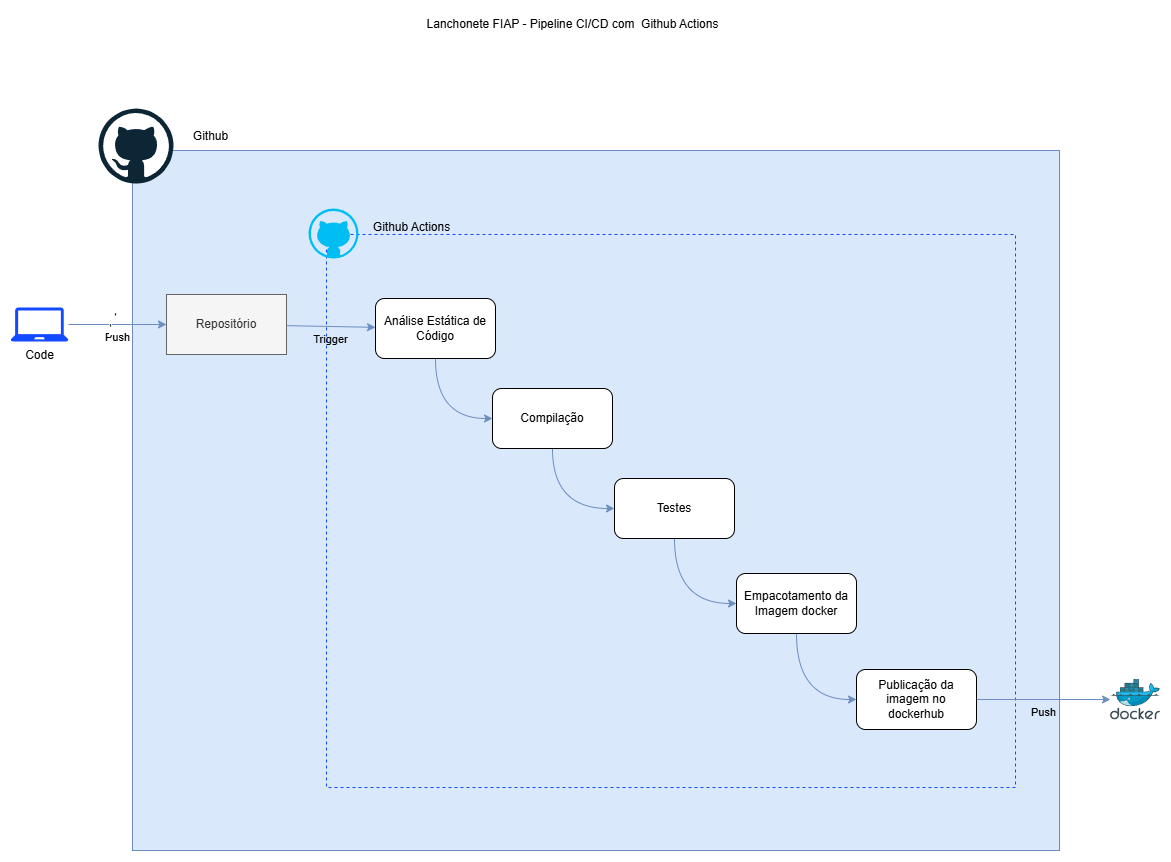
Before: fase2/docs/DEVOPS.png, a diagram exported from draw.io (fiap-soat11/.github). Source tidied: cells renumbered, new cells last; positions are measured from the earlier drawing's top-left corner, leaving out a move shared by most shapes. Source of this version:
```xml
<mxGraphModel background="#ffffff">
  <root>
    <mxCell id="0" />
    <mxCell id="1" parent="0" />
    <mxCell id="2" value="Lanchonete FIAP - Pipeline CI/CD com&amp;nbsp; Github Actions" style="text;html=1;align=center;verticalAlign=middle;whiteSpace=wrap;rounded=0;" parent="1" vertex="1">
      <mxGeometry x="316" width="493" height="30" as="geometry" />
    </mxCell>
    <mxCell id="3" style="rounded=0;whiteSpace=wrap;html=1;fillColor=#dae8fc;strokeColor=#6c8ebf;" parent="1" vertex="1">
      <mxGeometry x="122" y="141" width="927" height="700" as="geometry" />
    </mxCell>
    <mxCell id="4" style="dashed=0;html=1;align=center;labelPosition=center;verticalLabelPosition=bottom;verticalAlign=top;shape=mxgraph.weblogos.github;fillColor=#dae8fc;strokeColor=#134AFF;" parent="1" vertex="1">
      <mxGeometry x="88" y="99" width="75" height="75" as="geometry" />
    </mxCell>
    <mxCell id="5" value="Push" style="edgeStyle=none;html=1;verticalAlign=top;fillColor=#dae8fc;strokeColor=#6c8ebf;" parent="1" edge="1" source="8" target="21">
      <mxGeometry relative="1" as="geometry" />
    </mxCell>
    <mxCell id="6" value="'" style="edgeLabel;html=1;align=center;verticalAlign=middle;" parent="5" vertex="1">
      <mxGeometry x="-0.19" y="-3" relative="1" as="geometry">
        <mxPoint x="1" as="offset" />
      </mxGeometry>
    </mxCell>
    <mxCell id="7" value="'" style="edgeLabel;html=1;align=center;verticalAlign=middle;" parent="5" vertex="1">
      <mxGeometry x="-0.05" y="8" relative="1" as="geometry">
        <mxPoint x="1" as="offset" />
      </mxGeometry>
    </mxCell>
    <mxCell id="8" value="Code" style="sketch=0;shadow=0;dashed=0;html=1;strokeColor=none;fillColor=#134AFF;labelPosition=center;verticalLabelPosition=bottom;verticalAlign=top;outlineConnect=0;align=center;shape=mxgraph.office.devices.laptop;" parent="1" vertex="1">
      <mxGeometry y="298" width="58" height="34" as="geometry" />
    </mxCell>
    <mxCell id="9" style="rounded=0;whiteSpace=wrap;html=1;fillColor=#dae8fc;strokeColor=#134AFF;dashed=1;" parent="1" vertex="1">
      <mxGeometry x="316" y="225" width="689" height="553" as="geometry" />
    </mxCell>
    <mxCell id="10" style="edgeStyle=orthogonalEdgeStyle;html=1;entryX=0;entryY=0.5;entryDx=0;entryDy=0;curved=1;exitX=0.5;exitY=1;exitDx=0;exitDy=0;fillColor=#dae8fc;strokeColor=#6c8ebf;" parent="1" edge="1" source="11" target="15">
      <mxGeometry relative="1" as="geometry" />
    </mxCell>
    <mxCell id="11" value="Compilação" style="rounded=1;whiteSpace=wrap;html=1;" parent="1" vertex="1">
      <mxGeometry x="482" y="379" width="120" height="60" as="geometry" />
    </mxCell>
    <mxCell id="12" style="edgeStyle=orthogonalEdgeStyle;html=1;entryX=0;entryY=0.5;entryDx=0;entryDy=0;curved=1;fillColor=#dae8fc;strokeColor=#6c8ebf;" parent="1" edge="1" source="13" target="11">
      <mxGeometry relative="1" as="geometry" />
    </mxCell>
    <mxCell id="13" value="Análise Estática de Código" style="rounded=1;whiteSpace=wrap;html=1;" parent="1" vertex="1">
      <mxGeometry x="365" y="289" width="120" height="60" as="geometry" />
    </mxCell>
    <mxCell id="14" style="edgeStyle=orthogonalEdgeStyle;html=1;entryX=0;entryY=0.5;entryDx=0;entryDy=0;exitX=0.5;exitY=1;exitDx=0;exitDy=0;curved=1;fillColor=#dae8fc;strokeColor=#6c8ebf;" parent="1" edge="1" source="15" target="17">
      <mxGeometry relative="1" as="geometry" />
    </mxCell>
    <mxCell id="15" value="Testes" style="rounded=1;whiteSpace=wrap;html=1;" parent="1" vertex="1">
      <mxGeometry x="604" y="469" width="120" height="60" as="geometry" />
    </mxCell>
    <mxCell id="16" style="edgeStyle=orthogonalEdgeStyle;html=1;entryX=0;entryY=0.5;entryDx=0;entryDy=0;curved=1;fillColor=#dae8fc;strokeColor=#6c8ebf;" parent="1" edge="1" source="17" target="19">
      <mxGeometry relative="1" as="geometry" />
    </mxCell>
    <mxCell id="17" value="Empacotamento da Imagem docker" style="rounded=1;whiteSpace=wrap;html=1;" parent="1" vertex="1">
      <mxGeometry x="726" y="564" width="120" height="60" as="geometry" />
    </mxCell>
    <mxCell id="18" value="Push" style="edgeStyle=none;html=1;fillColor=#dae8fc;strokeColor=#6c8ebf;verticalAlign=top;labelBackgroundColor=none;" parent="1" edge="1" source="19" target="22">
      <mxGeometry relative="1" as="geometry" />
    </mxCell>
    <mxCell id="19" value="Publicação da imagem no dockerhub" style="rounded=1;whiteSpace=wrap;html=1;" parent="1" vertex="1">
      <mxGeometry x="846" y="660" width="120" height="60" as="geometry" />
    </mxCell>
    <mxCell id="20" value="Trigger" style="edgeStyle=none;html=1;fillColor=#dae8fc;strokeColor=#6c8ebf;labelBackgroundColor=none;verticalAlign=top;" parent="1" edge="1" source="21" target="13">
      <mxGeometry relative="1" as="geometry" />
    </mxCell>
    <mxCell id="21" value="Repositório" style="rounded=0;whiteSpace=wrap;html=1;fillColor=#f5f5f5;fontColor=#333333;strokeColor=#666666;" parent="1" vertex="1">
      <mxGeometry x="156" y="285" width="120" height="60" as="geometry" />
    </mxCell>
    <mxCell id="22" style="image;sketch=0;html=1;points=[];align=center;fontSize=12;image=img/lib/mscae/Docker.svg;" parent="1" vertex="1">
      <mxGeometry x="1100" y="669.5" width="50" height="41" as="geometry" />
    </mxCell>
    <mxCell id="23" style="verticalLabelPosition=bottom;html=1;verticalAlign=top;align=center;strokeColor=none;fillColor=#00BEF2;shape=mxgraph.azure.github_code;" parent="1" vertex="1">
      <mxGeometry x="298" y="199" width="50" height="50" as="geometry" />
    </mxCell>
    <mxCell id="24" value="Github Actions" style="text;html=1;align=center;verticalAlign=middle;whiteSpace=wrap;rounded=0;" parent="1" vertex="1">
      <mxGeometry x="348" y="203" width="107" height="30" as="geometry" />
    </mxCell>
    <mxCell id="25" value="Github" style="text;html=1;align=center;verticalAlign=middle;whiteSpace=wrap;rounded=0;" parent="1" vertex="1">
      <mxGeometry x="147" y="112" width="107" height="30" as="geometry" />
    </mxCell>
  </root>
</mxGraphModel>
```
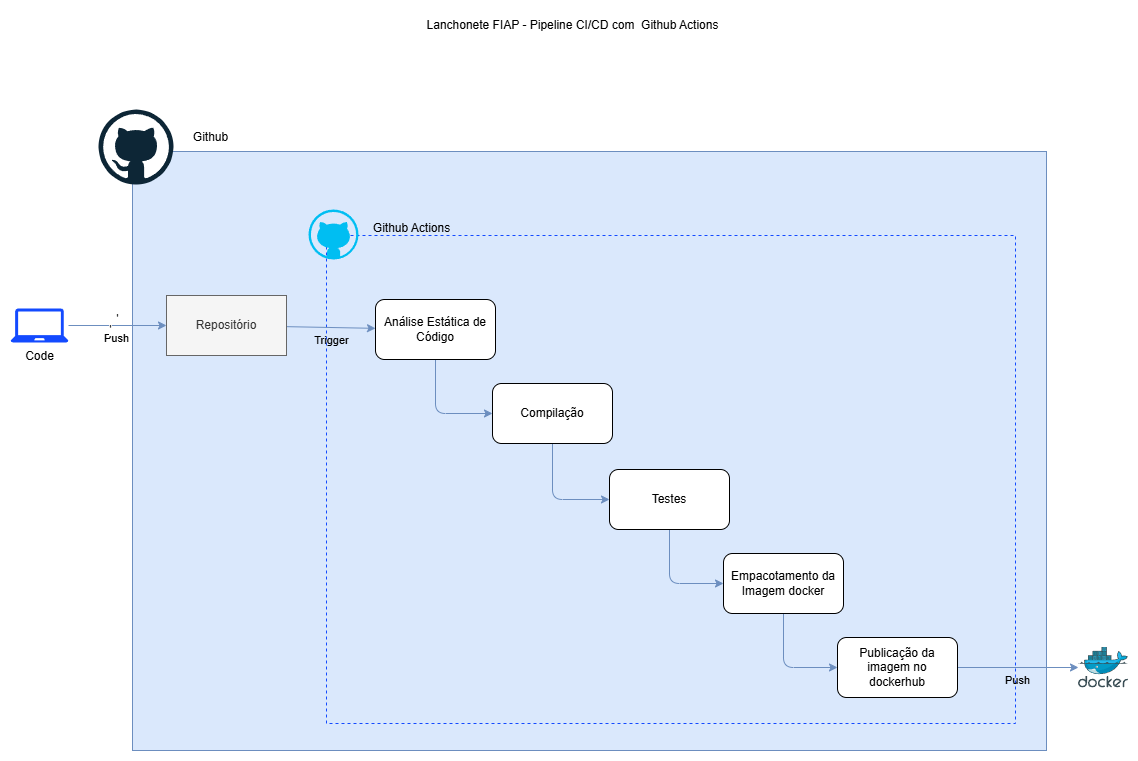
After the change.

Commit message:
Ajustes diagrama Devops e Kubernetes

The edit, as a diff of the source:
```diff
@@ -6,7 +6,7 @@
       <mxGeometry x="316" width="493" height="30" as="geometry" />
     </mxCell>
     <mxCell id="3" style="rounded=0;whiteSpace=wrap;html=1;fillColor=#dae8fc;strokeColor=#6c8ebf;" parent="1" vertex="1">
-      <mxGeometry x="122" y="141" width="927" height="700" as="geometry" />
+      <mxGeometry x="122" y="141" width="914" height="599" as="geometry" />
     </mxCell>
     <mxCell id="4" style="dashed=0;html=1;align=center;labelPosition=center;verticalLabelPosition=bottom;verticalAlign=top;shape=mxgraph.weblogos.github;fillColor=#dae8fc;strokeColor=#134AFF;" parent="1" vertex="1">
       <mxGeometry x="88" y="99" width="75" height="75" as="geometry" />
@@ -28,37 +28,37 @@
       <mxGeometry y="298" width="58" height="34" as="geometry" />
     </mxCell>
     <mxCell id="9" style="rounded=0;whiteSpace=wrap;html=1;fillColor=#dae8fc;strokeColor=#134AFF;dashed=1;" parent="1" vertex="1">
-      <mxGeometry x="316" y="225" width="689" height="553" as="geometry" />
+      <mxGeometry x="316" y="225" width="689" height="488" as="geometry" />
     </mxCell>
-    <mxCell id="10" style="edgeStyle=orthogonalEdgeStyle;html=1;entryX=0;entryY=0.5;entryDx=0;entryDy=0;curved=1;exitX=0.5;exitY=1;exitDx=0;exitDy=0;fillColor=#dae8fc;strokeColor=#6c8ebf;" parent="1" edge="1" source="11" target="15">
+    <mxCell id="10" style="edgeStyle=orthogonalEdgeStyle;html=1;entryX=0;entryY=0.5;entryDx=0;entryDy=0;exitX=0.5;exitY=1;exitDx=0;exitDy=0;fillColor=#dae8fc;strokeColor=#6c8ebf;" parent="1" edge="1" source="11" target="15">
       <mxGeometry relative="1" as="geometry" />
     </mxCell>
     <mxCell id="11" value="Compilação" style="rounded=1;whiteSpace=wrap;html=1;" parent="1" vertex="1">
-      <mxGeometry x="482" y="379" width="120" height="60" as="geometry" />
+      <mxGeometry x="482" y="373" width="120" height="60" as="geometry" />
     </mxCell>
-    <mxCell id="12" style="edgeStyle=orthogonalEdgeStyle;html=1;entryX=0;entryY=0.5;entryDx=0;entryDy=0;curved=1;fillColor=#dae8fc;strokeColor=#6c8ebf;" parent="1" edge="1" source="13" target="11">
+    <mxCell id="12" style="edgeStyle=orthogonalEdgeStyle;html=1;entryX=0;entryY=0.5;entryDx=0;entryDy=0;fillColor=#dae8fc;strokeColor=#6c8ebf;" parent="1" edge="1" source="13" target="11">
       <mxGeometry relative="1" as="geometry" />
     </mxCell>
     <mxCell id="13" value="Análise Estática de Código" style="rounded=1;whiteSpace=wrap;html=1;" parent="1" vertex="1">
       <mxGeometry x="365" y="289" width="120" height="60" as="geometry" />
     </mxCell>
-    <mxCell id="14" style="edgeStyle=orthogonalEdgeStyle;html=1;entryX=0;entryY=0.5;entryDx=0;entryDy=0;exitX=0.5;exitY=1;exitDx=0;exitDy=0;curved=1;fillColor=#dae8fc;strokeColor=#6c8ebf;" parent="1" edge="1" source="15" target="17">
+    <mxCell id="14" style="edgeStyle=orthogonalEdgeStyle;html=1;entryX=0;entryY=0.5;entryDx=0;entryDy=0;exitX=0.5;exitY=1;exitDx=0;exitDy=0;fillColor=#dae8fc;strokeColor=#6c8ebf;" parent="1" edge="1" source="15" target="17">
       <mxGeometry relative="1" as="geometry" />
     </mxCell>
     <mxCell id="15" value="Testes" style="rounded=1;whiteSpace=wrap;html=1;" parent="1" vertex="1">
-      <mxGeometry x="604" y="469" width="120" height="60" as="geometry" />
+      <mxGeometry x="599" y="459" width="120" height="60" as="geometry" />
     </mxCell>
-    <mxCell id="16" style="edgeStyle=orthogonalEdgeStyle;html=1;entryX=0;entryY=0.5;entryDx=0;entryDy=0;curved=1;fillColor=#dae8fc;strokeColor=#6c8ebf;" parent="1" edge="1" source="17" target="19">
+    <mxCell id="16" style="edgeStyle=orthogonalEdgeStyle;html=1;entryX=0;entryY=0.5;entryDx=0;entryDy=0;fillColor=#dae8fc;strokeColor=#6c8ebf;" parent="1" edge="1" source="17" target="19">
       <mxGeometry relative="1" as="geometry" />
     </mxCell>
     <mxCell id="17" value="Empacotamento da Imagem docker" style="rounded=1;whiteSpace=wrap;html=1;" parent="1" vertex="1">
-      <mxGeometry x="726" y="564" width="120" height="60" as="geometry" />
+      <mxGeometry x="713" y="543" width="120" height="60" as="geometry" />
     </mxCell>
     <mxCell id="18" value="Push" style="edgeStyle=none;html=1;fillColor=#dae8fc;strokeColor=#6c8ebf;verticalAlign=top;labelBackgroundColor=none;" parent="1" edge="1" source="19" target="22">
       <mxGeometry relative="1" as="geometry" />
     </mxCell>
     <mxCell id="19" value="Publicação da imagem no dockerhub" style="rounded=1;whiteSpace=wrap;html=1;" parent="1" vertex="1">
-      <mxGeometry x="846" y="660" width="120" height="60" as="geometry" />
+      <mxGeometry x="827" y="627" width="120" height="60" as="geometry" />
     </mxCell>
     <mxCell id="20" value="Trigger" style="edgeStyle=none;html=1;fillColor=#dae8fc;strokeColor=#6c8ebf;labelBackgroundColor=none;verticalAlign=top;" parent="1" edge="1" source="21" target="13">
       <mxGeometry relative="1" as="geometry" />
@@ -67,7 +67,7 @@
       <mxGeometry x="156" y="285" width="120" height="60" as="geometry" />
     </mxCell>
     <mxCell id="22" style="image;sketch=0;html=1;points=[];align=center;fontSize=12;image=img/lib/mscae/Docker.svg;" parent="1" vertex="1">
-      <mxGeometry x="1100" y="669.5" width="50" height="41" as="geometry" />
+      <mxGeometry x="1068" y="636.5" width="50" height="41" as="geometry" />
     </mxCell>
     <mxCell id="23" style="verticalLabelPosition=bottom;html=1;verticalAlign=top;align=center;strokeColor=none;fillColor=#00BEF2;shape=mxgraph.azure.github_code;" parent="1" vertex="1">
       <mxGeometry x="298" y="199" width="50" height="50" as="geometry" />
```
